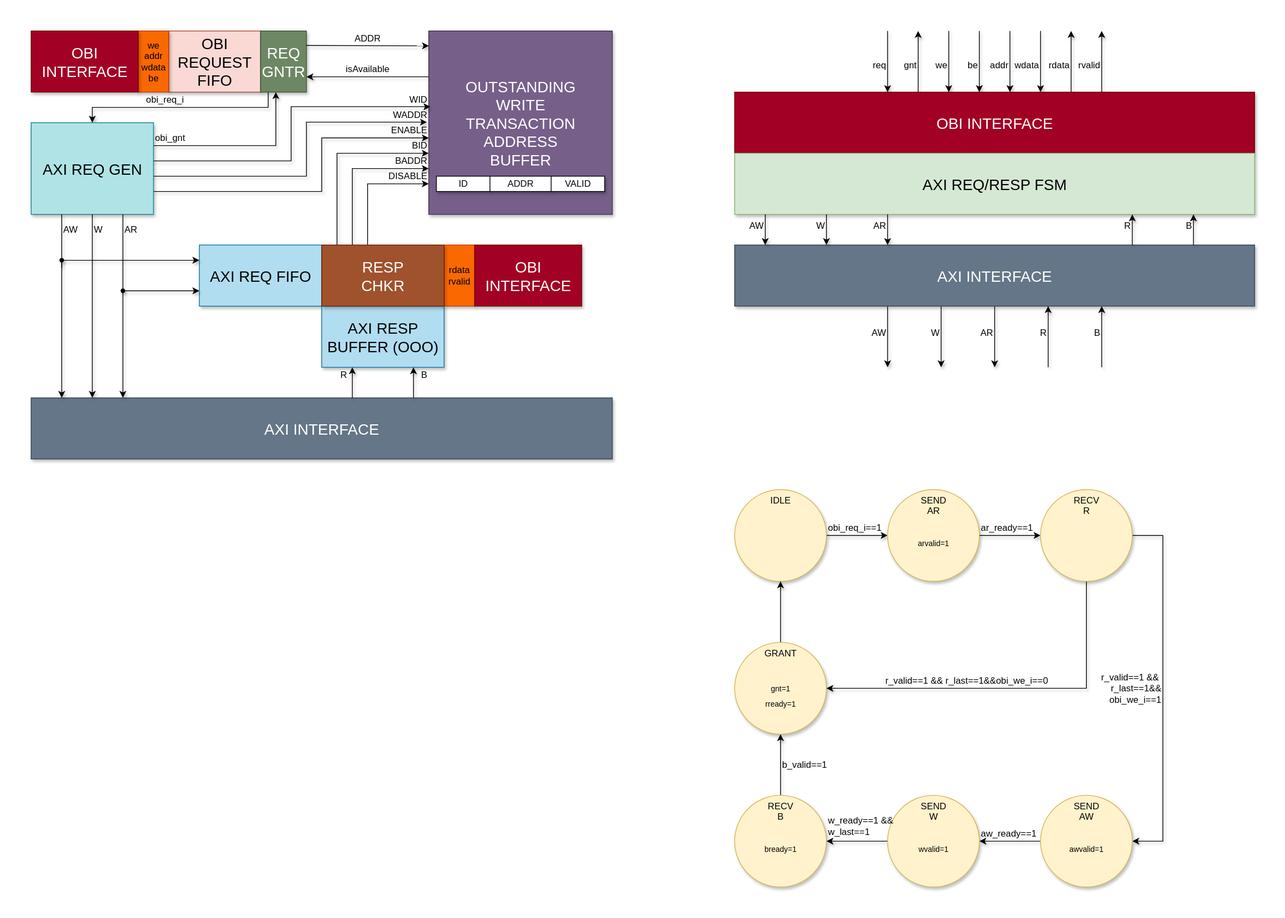
The draw.io diagram document/svg/OBI-2-AXI-BLOCK-DIAGRAM.svg in DSi-VLSI/dual-helix-soc, before a commit. Source tidied: cells renumbered, new cells last; positions are measured from the earlier drawing's top-left corner, leaving out a move shared by most shapes.
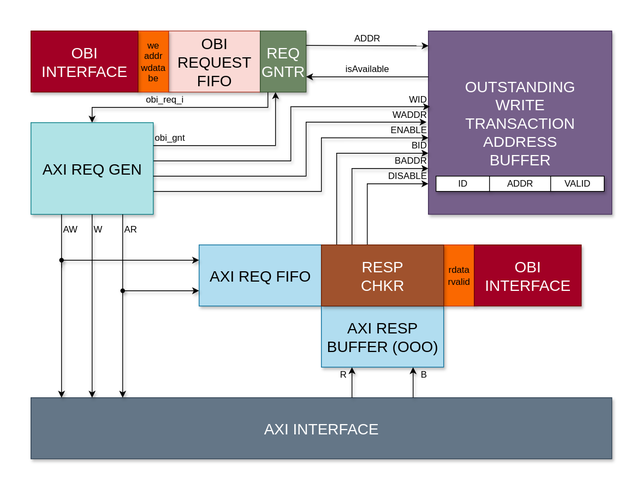
The same file after the commit.

What changed in the source:
```diff
@@ -232,291 +232,5 @@
     <mxCell id="51" value="BADDR" style="rounded=0;whiteSpace=wrap;html=1;strokeColor=none;fillColor=none;align=right;shadow=1;" parent="1" vertex="1">
       <mxGeometry x="400" y="200" width="160" height="20" as="geometry" />
     </mxCell>
-    <mxCell id="52" style="rounded=0;whiteSpace=wrap;html=1;strokeColor=none;shadow=0;" parent="1" vertex="1">
-      <mxGeometry x="920" width="760" height="520" as="geometry" />
-    </mxCell>
-    <mxCell id="53" value="&lt;font style=&quot;font-size: 20px;&quot;&gt;OBI INTERFACE&lt;/font&gt;" style="rounded=0;whiteSpace=wrap;html=1;fillColor=#a20025;fontColor=#ffffff;strokeColor=#6F0000;shadow=1;" parent="1" vertex="1">
-      <mxGeometry x="960" y="120" width="680" height="80" as="geometry" />
-    </mxCell>
-    <mxCell id="54" value="&lt;font style=&quot;font-size: 20px;&quot;&gt;AXI REQ/RESP FSM&lt;/font&gt;" style="rounded=0;whiteSpace=wrap;html=1;fillColor=#d5e8d4;strokeColor=#82b366;shadow=1;" parent="1" vertex="1">
-      <mxGeometry x="960" y="200" width="680" height="80" as="geometry" />
-    </mxCell>
-    <mxCell id="55" style="endArrow=classic;html=1;rounded=0;shadow=1;" parent="1" edge="1">
-      <mxGeometry relative="1" as="geometry">
-        <mxPoint x="1320" y="40" as="sourcePoint" />
-        <mxPoint x="1320" y="120" as="targetPoint" />
-      </mxGeometry>
-    </mxCell>
-    <mxCell id="56" style="endArrow=classic;html=1;rounded=0;shadow=1;" parent="1" edge="1">
-      <mxGeometry relative="1" as="geometry">
-        <mxPoint x="1360" y="40" as="sourcePoint" />
-        <mxPoint x="1360" y="120" as="targetPoint" />
-      </mxGeometry>
-    </mxCell>
-    <mxCell id="57" style="endArrow=classic;html=1;rounded=0;shadow=1;" parent="1" edge="1">
-      <mxGeometry relative="1" as="geometry">
-        <mxPoint x="1400" y="120" as="sourcePoint" />
-        <mxPoint x="1400" y="40" as="targetPoint" />
-      </mxGeometry>
-    </mxCell>
-    <mxCell id="58" style="endArrow=classic;html=1;rounded=0;shadow=1;" parent="1" edge="1">
-      <mxGeometry relative="1" as="geometry">
-        <mxPoint x="1440" y="120" as="sourcePoint" />
-        <mxPoint x="1440" y="40" as="targetPoint" />
-      </mxGeometry>
-    </mxCell>
-    <mxCell id="59" style="endArrow=classic;html=1;rounded=0;shadow=1;" parent="1" edge="1">
-      <mxGeometry relative="1" as="geometry">
-        <mxPoint x="1280" y="40" as="sourcePoint" />
-        <mxPoint x="1280" y="120" as="targetPoint" />
-      </mxGeometry>
-    </mxCell>
-    <mxCell id="60" style="endArrow=classic;html=1;rounded=0;shadow=1;" parent="1" edge="1">
-      <mxGeometry relative="1" as="geometry">
-        <mxPoint x="1240" y="40" as="sourcePoint" />
-        <mxPoint x="1240" y="120" as="targetPoint" />
-      </mxGeometry>
-    </mxCell>
-    <mxCell id="61" style="endArrow=classic;html=1;rounded=0;shadow=1;" parent="1" edge="1">
-      <mxGeometry relative="1" as="geometry">
-        <mxPoint x="1200" y="120" as="sourcePoint" />
-        <mxPoint x="1200" y="40" as="targetPoint" />
-      </mxGeometry>
-    </mxCell>
-    <mxCell id="62" style="endArrow=classic;html=1;rounded=0;shadow=1;" parent="1" edge="1">
-      <mxGeometry relative="1" as="geometry">
-        <mxPoint x="1160" y="40" as="sourcePoint" />
-        <mxPoint x="1160" y="120" as="targetPoint" />
-      </mxGeometry>
-    </mxCell>
-    <mxCell id="63" value="we" style="rounded=0;whiteSpace=wrap;html=1;fontStyle=0;fillColor=none;strokeColor=none;align=right;shadow=1;" parent="1" vertex="1">
-      <mxGeometry x="1170" y="70" width="70" height="30" as="geometry" />
-    </mxCell>
-    <mxCell id="64" value="wdata" style="rounded=0;whiteSpace=wrap;html=1;fontStyle=0;fillColor=none;strokeColor=none;align=right;shadow=1;" parent="1" vertex="1">
-      <mxGeometry x="1290" y="70" width="70" height="30" as="geometry" />
-    </mxCell>
-    <mxCell id="65" value="addr" style="rounded=0;whiteSpace=wrap;html=1;fontStyle=0;fillColor=none;strokeColor=none;align=right;shadow=1;" parent="1" vertex="1">
-      <mxGeometry x="1250" y="70" width="70" height="30" as="geometry" />
-    </mxCell>
-    <mxCell id="66" value="be" style="rounded=0;whiteSpace=wrap;html=1;fontStyle=0;fillColor=none;strokeColor=none;align=right;shadow=1;" parent="1" vertex="1">
-      <mxGeometry x="1210" y="70" width="70" height="30" as="geometry" />
-    </mxCell>
-    <mxCell id="67" value="gnt" style="rounded=0;whiteSpace=wrap;html=1;fontStyle=0;fillColor=none;strokeColor=none;align=right;shadow=1;" parent="1" vertex="1">
-      <mxGeometry x="1130" y="70" width="70" height="30" as="geometry" />
-    </mxCell>
-    <mxCell id="68" value="req" style="rounded=0;whiteSpace=wrap;html=1;fontStyle=0;fillColor=none;strokeColor=none;align=right;shadow=1;" parent="1" vertex="1">
-      <mxGeometry x="1090" y="70" width="70" height="30" as="geometry" />
-    </mxCell>
-    <mxCell id="69" value="rdata" style="rounded=0;whiteSpace=wrap;html=1;fontStyle=0;fillColor=none;strokeColor=none;align=right;shadow=1;" parent="1" vertex="1">
-      <mxGeometry x="1330" y="70" width="70" height="30" as="geometry" />
-    </mxCell>
-    <mxCell id="70" value="rvalid" style="rounded=0;whiteSpace=wrap;html=1;fontStyle=0;fillColor=none;strokeColor=none;align=right;shadow=1;" parent="1" vertex="1">
-      <mxGeometry x="1370" y="70" width="70" height="30" as="geometry" />
-    </mxCell>
-    <mxCell id="71" value="AW" style="rounded=0;whiteSpace=wrap;html=1;fontStyle=0;fillColor=none;strokeColor=none;align=right;shadow=1;" parent="1" vertex="1">
-      <mxGeometry x="930" y="280" width="70" height="30" as="geometry" />
-    </mxCell>
-    <mxCell id="72" value="W" style="rounded=0;whiteSpace=wrap;html=1;fontStyle=0;fillColor=none;strokeColor=none;align=right;shadow=1;" parent="1" vertex="1">
-      <mxGeometry x="1010" y="280" width="70" height="30" as="geometry" />
-    </mxCell>
-    <mxCell id="73" value="AR" style="rounded=0;whiteSpace=wrap;html=1;fontStyle=0;fillColor=none;strokeColor=none;align=right;shadow=1;" parent="1" vertex="1">
-      <mxGeometry x="1090" y="280" width="70" height="30" as="geometry" />
-    </mxCell>
-    <mxCell id="74" value="R" style="rounded=0;whiteSpace=wrap;html=1;fontStyle=0;fillColor=none;strokeColor=none;align=right;shadow=1;" parent="1" vertex="1">
-      <mxGeometry x="1410" y="280" width="70" height="30" as="geometry" />
-    </mxCell>
-    <mxCell id="75" value="B" style="rounded=0;whiteSpace=wrap;html=1;fontStyle=0;fillColor=none;strokeColor=none;align=right;shadow=1;" parent="1" vertex="1">
-      <mxGeometry x="1490" y="280" width="70" height="30" as="geometry" />
-    </mxCell>
-    <mxCell id="76" style="edgeStyle=orthogonalEdgeStyle;rounded=0;jettySize=auto;html=1;shadow=1;" parent="1" edge="1" source="81">
-      <mxGeometry relative="1" as="geometry">
-        <mxPoint x="1160" y="480" as="targetPoint" />
-        <Array as="points">
-          <mxPoint x="1160" y="480" />
-        </Array>
-      </mxGeometry>
-    </mxCell>
-    <mxCell id="77" style="edgeStyle=orthogonalEdgeStyle;rounded=0;jettySize=auto;html=1;shadow=1;" parent="1" edge="1" source="81">
-      <mxGeometry relative="1" as="geometry">
-        <mxPoint x="1230" y="480" as="targetPoint" />
-        <Array as="points">
-          <mxPoint x="1230" y="420" />
-          <mxPoint x="1230" y="420" />
-        </Array>
-      </mxGeometry>
-    </mxCell>
-    <mxCell id="78" style="edgeStyle=orthogonalEdgeStyle;rounded=0;jettySize=auto;html=1;shadow=1;" parent="1" edge="1" source="81">
-      <mxGeometry relative="1" as="geometry">
-        <mxPoint x="1300" y="480" as="targetPoint" />
-      </mxGeometry>
-    </mxCell>
-    <mxCell id="79" style="edgeStyle=orthogonalEdgeStyle;rounded=0;jettySize=auto;html=1;shadow=1;" parent="1" edge="1" target="81">
-      <mxGeometry relative="1" as="geometry">
-        <mxPoint x="1370" y="480" as="sourcePoint" />
-        <Array as="points">
-          <mxPoint x="1370" y="420" />
-          <mxPoint x="1370" y="420" />
-        </Array>
-      </mxGeometry>
-    </mxCell>
-    <mxCell id="80" style="edgeStyle=orthogonalEdgeStyle;rounded=0;jettySize=auto;html=1;shadow=1;" parent="1" edge="1" target="81">
-      <mxGeometry relative="1" as="geometry">
-        <mxPoint x="1440" y="480" as="sourcePoint" />
-        <Array as="points">
-          <mxPoint x="1440" y="430" />
-          <mxPoint x="1440" y="430" />
-        </Array>
-      </mxGeometry>
-    </mxCell>
-    <mxCell id="81" value="&lt;font style=&quot;font-size: 20px;&quot;&gt;AXI INTERFACE&lt;/font&gt;" style="rounded=0;whiteSpace=wrap;html=1;fillColor=#647687;fontColor=#ffffff;strokeColor=#314354;shadow=1;" parent="1" vertex="1">
-      <mxGeometry x="960" y="320" width="680" height="80" as="geometry" />
-    </mxCell>
-    <mxCell id="82" value="AW" style="rounded=0;whiteSpace=wrap;html=1;fontStyle=0;fillColor=none;strokeColor=none;align=right;shadow=1;" parent="1" vertex="1">
-      <mxGeometry x="1090" y="420" width="70" height="30" as="geometry" />
-    </mxCell>
-    <mxCell id="83" value="W" style="rounded=0;whiteSpace=wrap;html=1;fontStyle=0;fillColor=none;strokeColor=none;align=right;shadow=1;" parent="1" vertex="1">
-      <mxGeometry x="1160" y="420" width="70" height="30" as="geometry" />
-    </mxCell>
-    <mxCell id="84" value="AR" style="rounded=0;whiteSpace=wrap;html=1;fontStyle=0;fillColor=none;strokeColor=none;align=right;shadow=1;" parent="1" vertex="1">
-      <mxGeometry x="1230" y="420" width="70" height="30" as="geometry" />
-    </mxCell>
-    <mxCell id="85" value="R" style="rounded=0;whiteSpace=wrap;html=1;fontStyle=0;fillColor=none;strokeColor=none;align=right;shadow=1;" parent="1" vertex="1">
-      <mxGeometry x="1300" y="420" width="70" height="30" as="geometry" />
-    </mxCell>
-    <mxCell id="86" value="B" style="rounded=0;whiteSpace=wrap;html=1;fontStyle=0;fillColor=none;strokeColor=none;align=right;shadow=1;" parent="1" vertex="1">
-      <mxGeometry x="1370" y="420" width="70" height="30" as="geometry" />
-    </mxCell>
-    <mxCell id="87" style="endArrow=classic;html=1;rounded=0;shadow=1;" parent="1" edge="1">
-      <mxGeometry relative="1" as="geometry">
-        <mxPoint x="1000" y="280" as="sourcePoint" />
-        <mxPoint x="1000" y="320" as="targetPoint" />
-      </mxGeometry>
-    </mxCell>
-    <mxCell id="88" style="endArrow=classic;html=1;rounded=0;shadow=1;" parent="1" edge="1">
-      <mxGeometry relative="1" as="geometry">
-        <mxPoint x="1080" y="280" as="sourcePoint" />
-        <mxPoint x="1080" y="320" as="targetPoint" />
-      </mxGeometry>
-    </mxCell>
-    <mxCell id="89" style="endArrow=classic;html=1;rounded=0;shadow=1;" parent="1" edge="1">
-      <mxGeometry relative="1" as="geometry">
-        <mxPoint x="1160" y="280" as="sourcePoint" />
-        <mxPoint x="1160" y="320" as="targetPoint" />
-      </mxGeometry>
-    </mxCell>
-    <mxCell id="90" style="endArrow=classic;html=1;rounded=0;shadow=1;" parent="1" edge="1">
-      <mxGeometry relative="1" as="geometry">
-        <mxPoint x="1480" y="320" as="sourcePoint" />
-        <mxPoint x="1480" y="280" as="targetPoint" />
-      </mxGeometry>
-    </mxCell>
-    <mxCell id="91" style="endArrow=classic;html=1;rounded=0;shadow=1;" parent="1" edge="1">
-      <mxGeometry relative="1" as="geometry">
-        <mxPoint x="1560" y="320" as="sourcePoint" />
-        <mxPoint x="1560" y="280" as="targetPoint" />
-      </mxGeometry>
-    </mxCell>
-    <mxCell id="92" style="rounded=0;whiteSpace=wrap;html=1;strokeColor=none;shadow=0;" parent="1" vertex="1">
-      <mxGeometry x="920" y="600" width="640" height="600" as="geometry" />
-    </mxCell>
-    <mxCell id="93" style="edgeStyle=orthogonalEdgeStyle;rounded=0;jettySize=auto;html=1;shadow=1;" parent="1" edge="1" source="94" target="96">
-      <mxGeometry relative="1" as="geometry" />
-    </mxCell>
-    <mxCell id="94" value="IDLE" style="ellipse;whiteSpace=wrap;html=1;fontSize=12;align=center;verticalAlign=top;shadow=1;fillColor=#fff2cc;strokeColor=#d6b656;" parent="1" vertex="1">
-      <mxGeometry x="960" y="640" width="120" height="120" as="geometry" />
-    </mxCell>
-    <mxCell id="95" style="edgeStyle=orthogonalEdgeStyle;rounded=0;jettySize=auto;html=1;shadow=1;" parent="1" edge="1" source="96" target="100">
-      <mxGeometry relative="1" as="geometry" />
-    </mxCell>
-    <mxCell id="96" value="SEND&lt;div&gt;AR&lt;/div&gt;" style="ellipse;whiteSpace=wrap;html=1;fontSize=12;align=center;verticalAlign=top;shadow=1;fillColor=#fff2cc;strokeColor=#d6b656;" parent="1" vertex="1">
-      <mxGeometry x="1160" y="640" width="120" height="120" as="geometry" />
-    </mxCell>
-    <mxCell id="97" value="obi_req_i==1" style="rounded=0;whiteSpace=wrap;html=1;strokeColor=none;fillColor=none;align=left;shadow=1;" parent="1" vertex="1">
-      <mxGeometry x="1080" y="680" width="80" height="20" as="geometry" />
-    </mxCell>
-    <mxCell id="98" style="edgeStyle=orthogonalEdgeStyle;rounded=0;jettySize=auto;html=1;shadow=1;" parent="1" edge="1" source="100" target="108">
-      <mxGeometry relative="1" as="geometry">
-        <Array as="points">
-          <mxPoint x="1420" y="900" />
-        </Array>
-      </mxGeometry>
-    </mxCell>
-    <mxCell id="99" style="edgeStyle=orthogonalEdgeStyle;rounded=0;jettySize=auto;html=1;shadow=1;" parent="1" edge="1" source="100" target="102">
-      <mxGeometry relative="1" as="geometry">
-        <Array as="points">
-          <mxPoint x="1520" y="700" />
-          <mxPoint x="1520" y="1100" />
-        </Array>
-      </mxGeometry>
-    </mxCell>
-    <mxCell id="100" value="RECV&lt;div&gt;R&lt;/div&gt;" style="ellipse;whiteSpace=wrap;html=1;fontSize=12;align=center;verticalAlign=top;shadow=1;fillColor=#fff2cc;strokeColor=#d6b656;" parent="1" vertex="1">
-      <mxGeometry x="1360" y="640" width="120" height="120" as="geometry" />
-    </mxCell>
-    <mxCell id="101" style="edgeStyle=orthogonalEdgeStyle;rounded=0;jettySize=auto;html=1;shadow=1;" parent="1" edge="1" source="102" target="104">
-      <mxGeometry relative="1" as="geometry" />
-    </mxCell>
-    <mxCell id="102" value="SEND&lt;div&gt;AW&lt;/div&gt;" style="ellipse;whiteSpace=wrap;html=1;fontSize=12;align=center;verticalAlign=top;shadow=1;fillColor=#fff2cc;strokeColor=#d6b656;" parent="1" vertex="1">
-      <mxGeometry x="1360" y="1040" width="120" height="120" as="geometry" />
-    </mxCell>
-    <mxCell id="103" style="edgeStyle=orthogonalEdgeStyle;rounded=0;jettySize=auto;html=1;shadow=1;" parent="1" edge="1" source="104" target="106">
-      <mxGeometry relative="1" as="geometry" />
-    </mxCell>
-    <mxCell id="104" value="SEND&lt;div&gt;W&lt;/div&gt;" style="ellipse;whiteSpace=wrap;html=1;fontSize=12;align=center;verticalAlign=top;shadow=1;fillColor=#fff2cc;strokeColor=#d6b656;" parent="1" vertex="1">
-      <mxGeometry x="1160" y="1040" width="120" height="120" as="geometry" />
-    </mxCell>
-    <mxCell id="105" style="edgeStyle=orthogonalEdgeStyle;rounded=0;jettySize=auto;html=1;shadow=1;" parent="1" edge="1" source="106" target="108">
-      <mxGeometry relative="1" as="geometry" />
-    </mxCell>
-    <mxCell id="106" value="RECV&lt;div&gt;B&lt;/div&gt;" style="ellipse;whiteSpace=wrap;html=1;fontSize=12;align=center;verticalAlign=top;shadow=1;fillColor=#fff2cc;strokeColor=#d6b656;" parent="1" vertex="1">
-      <mxGeometry x="960" y="1040" width="120" height="120" as="geometry" />
-    </mxCell>
-    <mxCell id="107" style="edgeStyle=orthogonalEdgeStyle;rounded=0;jettySize=auto;html=1;shadow=1;" parent="1" edge="1" source="108" target="94">
-      <mxGeometry relative="1" as="geometry" />
-    </mxCell>
-    <mxCell id="108" value="GRANT" style="ellipse;whiteSpace=wrap;html=1;fontSize=12;align=center;verticalAlign=top;shadow=1;fillColor=#fff2cc;strokeColor=#d6b656;" parent="1" vertex="1">
-      <mxGeometry x="960" y="840" width="120" height="120" as="geometry" />
-    </mxCell>
-    <mxCell id="109" value="ar_ready==1" style="rounded=0;whiteSpace=wrap;html=1;strokeColor=none;fillColor=none;align=left;shadow=1;" parent="1" vertex="1">
-      <mxGeometry x="1280" y="680" width="80" height="20" as="geometry" />
-    </mxCell>
-    <mxCell id="110" value="aw_ready==1" style="rounded=0;whiteSpace=wrap;html=1;strokeColor=none;fillColor=none;align=left;shadow=1;" parent="1" vertex="1">
-      <mxGeometry x="1280" y="1080" width="80" height="20" as="geometry" />
-    </mxCell>
-    <mxCell id="111" value="w_ready==1 &amp;amp;&amp;amp;&amp;nbsp;&lt;div&gt;w_last==1&lt;/div&gt;" style="rounded=0;whiteSpace=wrap;html=1;strokeColor=none;fillColor=none;align=left;shadow=1;" parent="1" vertex="1">
-      <mxGeometry x="1080" y="1060" width="100" height="40" as="geometry" />
-    </mxCell>
-    <mxCell id="112" style="group;align=right;shadow=1;" parent="1" vertex="1">
-      <mxGeometry x="1420" y="860" width="100" height="80" as="geometry" />
-    </mxCell>
-    <mxCell id="113" value="r_valid==1 &amp;amp;&amp;amp;&amp;nbsp;&lt;div&gt;r_last==1&amp;amp;&amp;amp;&lt;/div&gt;&lt;div&gt;obi_we_i==1&lt;/div&gt;" style="rounded=0;whiteSpace=wrap;html=1;strokeColor=none;fillColor=none;align=right;shadow=1;" parent="112" vertex="1">
-      <mxGeometry width="100" height="80" as="geometry" />
-    </mxCell>
-    <mxCell id="114" style="group;shadow=1;" parent="1" vertex="1">
-      <mxGeometry x="1155" y="880" width="220" height="20" as="geometry" />
-    </mxCell>
-    <mxCell id="115" value="r_valid==1 &amp;amp;&amp;amp;&amp;nbsp;&lt;span style=&quot;background-color: transparent; color: light-dark(rgb(0, 0, 0), rgb(255, 255, 255));&quot;&gt;r_last==1&amp;amp;&amp;amp;&lt;/span&gt;&lt;span style=&quot;background-color: transparent; color: light-dark(rgb(0, 0, 0), rgb(255, 255, 255));&quot;&gt;obi_we_i==0&lt;/span&gt;" style="rounded=0;whiteSpace=wrap;html=1;strokeColor=none;fillColor=none;align=left;shadow=1;" parent="114" vertex="1">
-      <mxGeometry width="220" height="20" as="geometry" />
-    </mxCell>
-    <mxCell id="116" value="b_valid==1" style="rounded=0;whiteSpace=wrap;html=1;strokeColor=none;fillColor=none;align=left;shadow=1;" parent="1" vertex="1">
-      <mxGeometry x="1020" y="990" width="80" height="20" as="geometry" />
-    </mxCell>
-    <mxCell id="117" value="&lt;div&gt;&lt;div&gt;&lt;span style=&quot;background-color: transparent; color: light-dark(rgb(0, 0, 0), rgb(255, 255, 255));&quot;&gt;arvalid=1&lt;/span&gt;&lt;/div&gt;&lt;/div&gt;" style="rounded=0;whiteSpace=wrap;html=1;strokeColor=none;fillColor=none;fontSize=10;shadow=1;" parent="1" vertex="1">
-      <mxGeometry x="1180" y="680" width="80" height="60" as="geometry" />
-    </mxCell>
-    <mxCell id="118" value="rready=1" style="rounded=0;whiteSpace=wrap;html=1;strokeColor=none;fillColor=none;fontSize=10;shadow=1;" parent="1" vertex="1">
-      <mxGeometry x="980" y="890" width="80" height="60" as="geometry" />
-    </mxCell>
-    <mxCell id="119" value="awvalid=1" style="rounded=0;whiteSpace=wrap;html=1;strokeColor=none;fillColor=none;fontSize=10;shadow=1;" parent="1" vertex="1">
-      <mxGeometry x="1380" y="1080" width="80" height="60" as="geometry" />
-    </mxCell>
-    <mxCell id="120" value="wvalid=1" style="rounded=0;whiteSpace=wrap;html=1;strokeColor=none;fillColor=none;fontSize=10;shadow=1;" parent="1" vertex="1">
-      <mxGeometry x="1180" y="1080" width="80" height="60" as="geometry" />
-    </mxCell>
-    <mxCell id="121" value="bready=1" style="rounded=0;whiteSpace=wrap;html=1;strokeColor=none;fillColor=none;fontSize=10;shadow=1;" parent="1" vertex="1">
-      <mxGeometry x="980" y="1080" width="80" height="60" as="geometry" />
-    </mxCell>
-    <mxCell id="122" value="gnt=1" style="rounded=0;whiteSpace=wrap;html=1;strokeColor=none;fillColor=none;fontSize=10;shadow=1;" parent="1" vertex="1">
-      <mxGeometry x="980" y="870" width="80" height="60" as="geometry" />
-    </mxCell>
   </root>
 </mxGraphModel>
```
